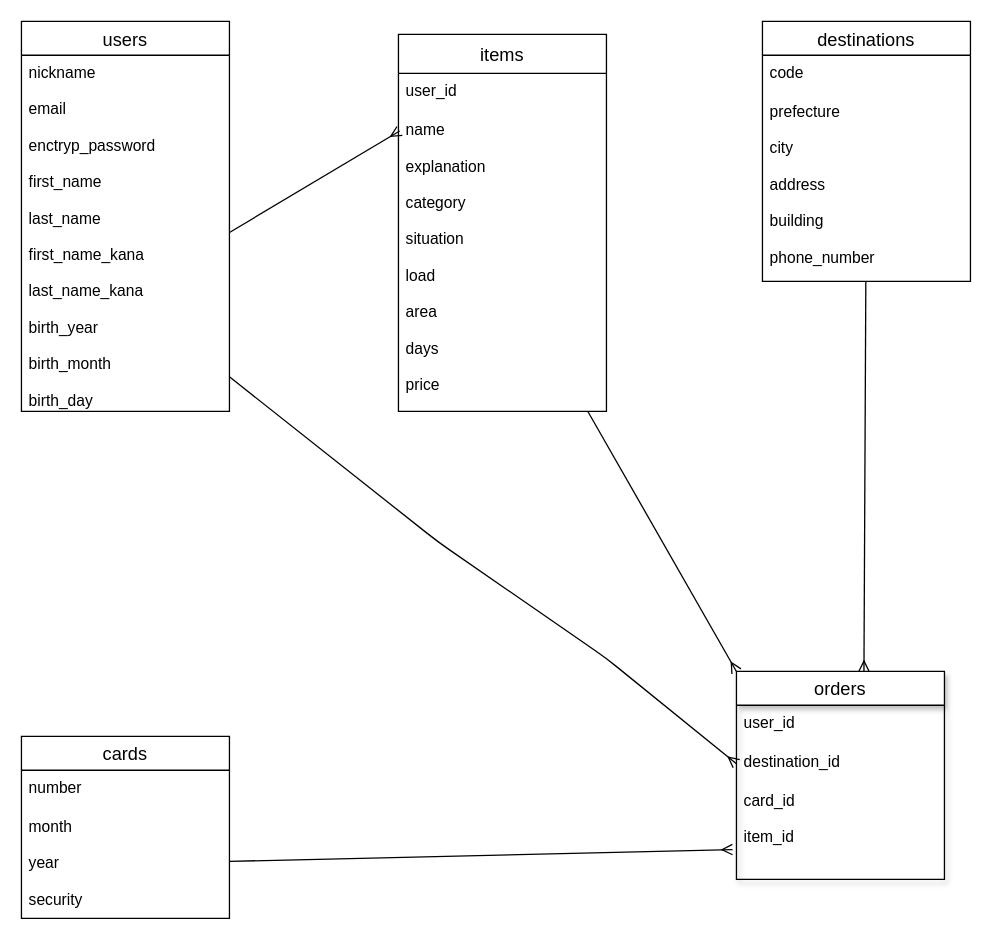
This is ER.dio from masarun0629/furima-38592, a draw.io file, before an edit. Source tidied: cells renumbered, new cells numbered last; positions are measured from the earlier drawing's top-left corner, leaving out a move shared by most shapes. Both pictures are drawn from the tidied source at 130%, with x=0, y=0 at pixel (21, 21).
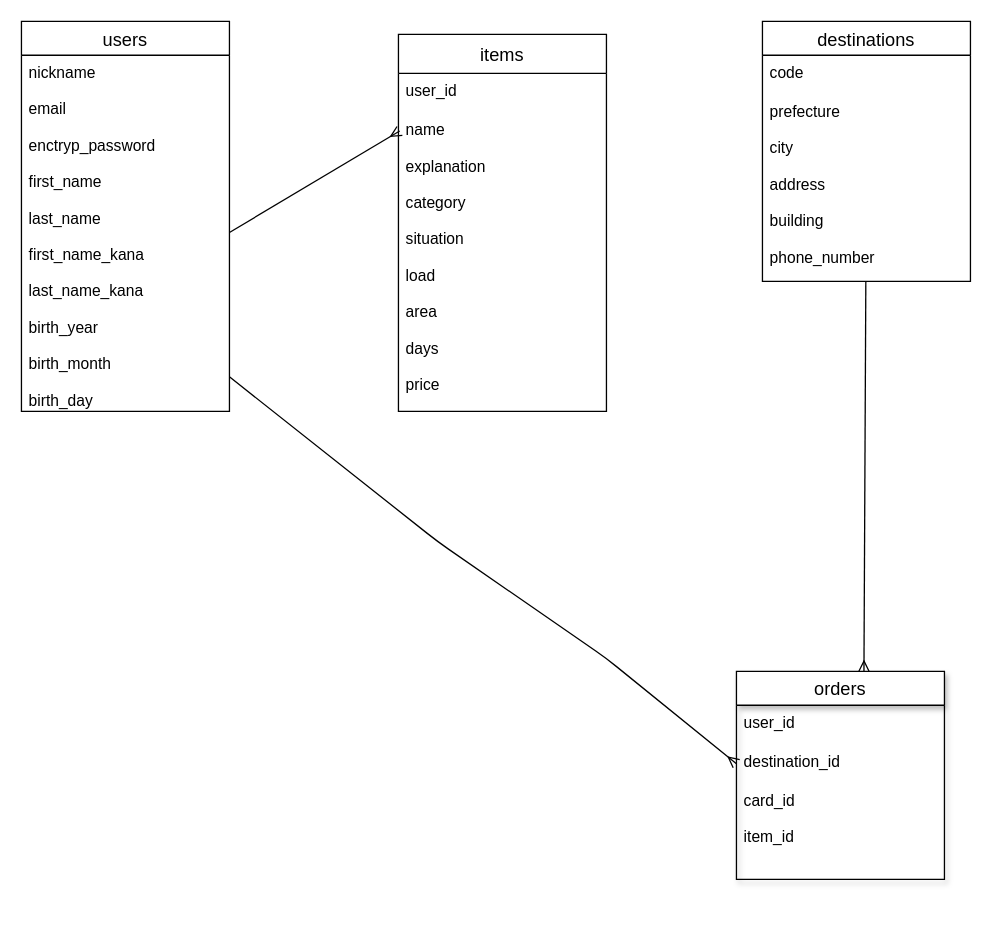
After the change.

Commit message (it also covers changes not shown here):
指摘箇所の変更

The change refers to these unchanged cells:
```xml
<mxCell id="10" value="name&#10;&#10;explanation&#10;&#10;category&#10;&#10;situation&#10;&#10;load&#10;&#10;area&#10;&#10;days&#10;&#10;price" style="text;strokeColor=none;fillColor=none;spacingLeft=4;spacingRight=4;overflow=hidden;points=[[0,0.5],[1,0.5]];portConstraint=eastwest;fontSize=12;" parent="8" vertex="1">
  <mxGeometry y="60" width="160" height="230" as="geometry" />
</mxCell>
<mxCell id="16" value="orders" style="swimlane;fontStyle=0;horizontal=1;startSize=26;align=center;fontSize=14;shadow=1;" parent="1" vertex="1">
  <mxGeometry x="550" y="500" width="160" height="160" as="geometry" />
</mxCell>
<mxCell id="19" value="card_id&#10;&#10;item_id" style="text;strokeColor=none;fillColor=none;spacingLeft=4;spacingRight=4;overflow=hidden;points=[[0,0.5],[1,0.5]];portConstraint=eastwest;fontSize=12;shadow=1;" parent="16" vertex="1">
  <mxGeometry y="86" width="160" height="74" as="geometry" />
</mxCell>
```

What changed in the source:
```diff
@@
-    <mxCell id="11" value="cards" style="swimlane;fontStyle=0;horizontal=1;startSize=26;align=center;fontSize=14;" parent="1" vertex="1">
-      <mxGeometry y="550" width="160" height="140" as="geometry" />
-    </mxCell>
-    <mxCell id="12" value="number&#10;&#10;" style="text;strokeColor=none;fillColor=none;spacingLeft=4;spacingRight=4;overflow=hidden;fontSize=12;" parent="11" vertex="1">
-      <mxGeometry y="26" width="160" height="30" as="geometry" />
-    </mxCell>
-    <mxCell id="13" value="month&#10;&#10;year&#10;&#10;security&#10;&#10;" style="text;strokeColor=none;fillColor=none;spacingLeft=4;spacingRight=4;overflow=hidden;points=[[0,0.5],[1,0.5]];portConstraint=eastwest;fontSize=12;" parent="11" vertex="1">
-      <mxGeometry y="56" width="160" height="84" as="geometry" />
-    </mxCell>
@@
-    <mxCell id="21" style="edgeStyle=none;html=1;entryX=0;entryY=0;entryDx=0;entryDy=0;endArrow=ERmany;endFill=0;" parent="1" edge="1" source="10" target="16">
-      <mxGeometry relative="1" as="geometry" />
-    </mxCell>
-    <mxCell id="22" style="edgeStyle=none;html=1;entryX=-0.019;entryY=0.689;entryDx=0;entryDy=0;entryPerimeter=0;endArrow=ERmany;endFill=0;" parent="1" edge="1" source="13" target="19">
-      <mxGeometry relative="1" as="geometry" />
-    </mxCell>
```
